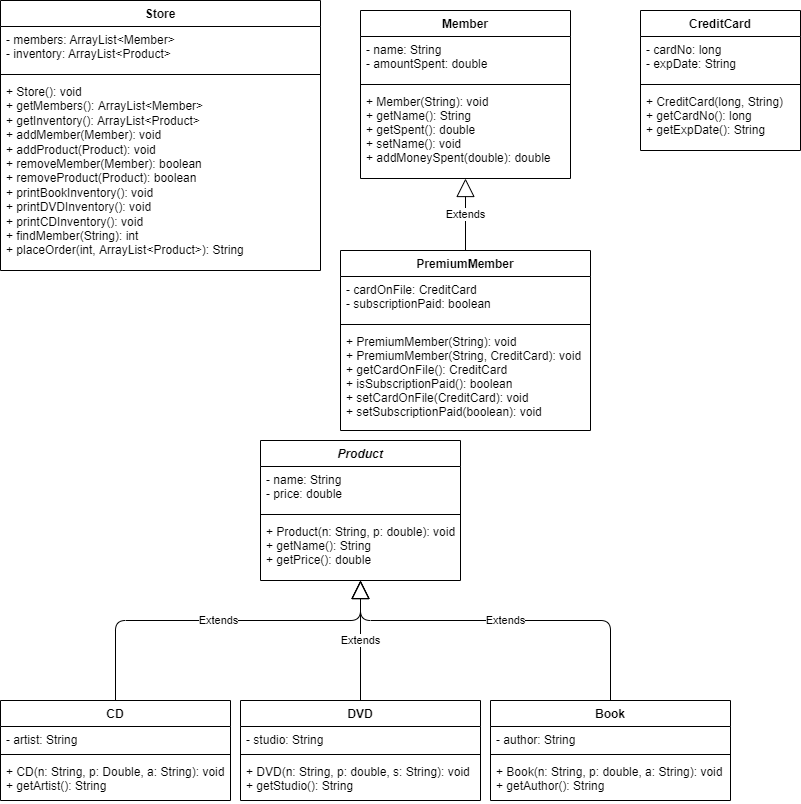
Above: uml.drawio.png in ItalianJack/ITSC-1213_Project2 (draw.io), before the change. Source tidied: cells renumbered, new cells last; positions are measured from the earlier drawing's top-left corner, leaving out a move shared by most shapes.
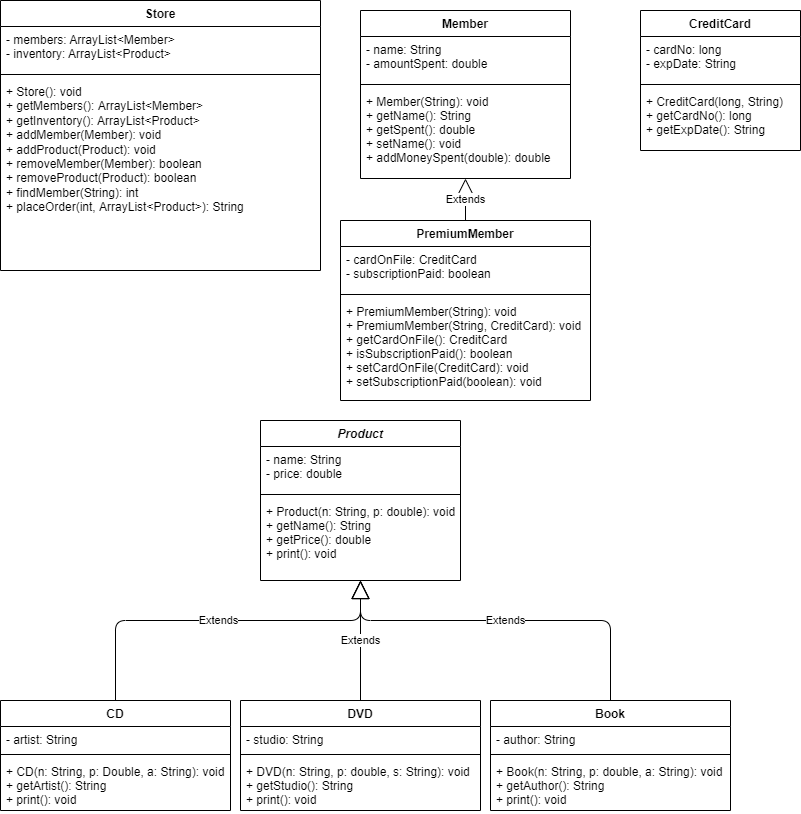
Later version of the same file.

The edit, as a diff of the source:
```diff
@@ -3,7 +3,7 @@
     <mxCell id="0" />
     <mxCell id="1" parent="0" />
     <mxCell id="2" value="Book" style="swimlane;fontStyle=1;align=center;verticalAlign=top;horizontal=1;startSize=26;" parent="1" vertex="1">
-      <mxGeometry x="490" y="700" width="240" height="100" as="geometry" />
+      <mxGeometry x="490" y="700" width="240" height="110" as="geometry" />
     </mxCell>
     <mxCell id="3" value="- author: String" style="text;strokeColor=none;fillColor=none;align=left;verticalAlign=top;spacingLeft=4;spacingRight=4;overflow=hidden;" parent="2" vertex="1">
       <mxGeometry y="26" width="240" height="24" as="geometry" />
@@ -11,11 +11,11 @@
     <mxCell id="4" style="line;strokeWidth=1;fillColor=none;align=left;verticalAlign=middle;spacingTop=-1;spacingLeft=3;spacingRight=3;labelPosition=right;strokeColor=inherit;" parent="2" vertex="1">
       <mxGeometry y="50" width="240" height="8" as="geometry" />
     </mxCell>
-    <mxCell id="5" value="+ Book(n: String, p: double, a: String): void&#10;+ getAuthor(): String" style="text;strokeColor=none;fillColor=none;align=left;verticalAlign=top;spacingLeft=4;spacingRight=4;overflow=hidden;" parent="2" vertex="1">
-      <mxGeometry y="58" width="240" height="42" as="geometry" />
+    <mxCell id="5" value="+ Book(n: String, p: double, a: String): void&#10;+ getAuthor(): String&#10;+ print(): void" style="text;strokeColor=none;fillColor=none;align=left;verticalAlign=top;spacingLeft=4;spacingRight=4;overflow=hidden;" parent="2" vertex="1">
+      <mxGeometry y="58" width="240" height="52" as="geometry" />
     </mxCell>
     <mxCell id="6" value="DVD" style="swimlane;fontStyle=1;align=center;verticalAlign=top;horizontal=1;startSize=26;" parent="1" vertex="1">
-      <mxGeometry x="240" y="700" width="240" height="100" as="geometry" />
+      <mxGeometry x="240" y="700" width="240" height="110" as="geometry" />
     </mxCell>
     <mxCell id="7" value="- studio: String" style="text;strokeColor=none;fillColor=none;align=left;verticalAlign=top;spacingLeft=4;spacingRight=4;overflow=hidden;" parent="6" vertex="1">
       <mxGeometry y="26" width="240" height="24" as="geometry" />
@@ -23,11 +23,11 @@
     <mxCell id="8" style="line;strokeWidth=1;fillColor=none;align=left;verticalAlign=middle;spacingTop=-1;spacingLeft=3;spacingRight=3;labelPosition=right;strokeColor=inherit;" parent="6" vertex="1">
       <mxGeometry y="50" width="240" height="8" as="geometry" />
     </mxCell>
-    <mxCell id="9" value="+ DVD(n: String, p: double, s: String): void&#10;+ getStudio(): String" style="text;strokeColor=none;fillColor=none;align=left;verticalAlign=top;spacingLeft=4;spacingRight=4;overflow=hidden;" parent="6" vertex="1">
-      <mxGeometry y="58" width="240" height="42" as="geometry" />
+    <mxCell id="9" value="+ DVD(n: String, p: double, s: String): void&#10;+ getStudio(): String&#10;+ print(): void" style="text;strokeColor=none;fillColor=none;align=left;verticalAlign=top;spacingLeft=4;spacingRight=4;overflow=hidden;" parent="6" vertex="1">
+      <mxGeometry y="58" width="240" height="52" as="geometry" />
     </mxCell>
     <mxCell id="10" value="CD" style="swimlane;fontStyle=1;align=center;verticalAlign=top;horizontal=1;startSize=26;" parent="1" vertex="1">
-      <mxGeometry y="700" width="230" height="100" as="geometry" />
+      <mxGeometry y="700" width="230" height="110" as="geometry" />
     </mxCell>
     <mxCell id="11" value="- artist: String" style="text;strokeColor=none;fillColor=none;align=left;verticalAlign=top;spacingLeft=4;spacingRight=4;overflow=hidden;" parent="10" vertex="1">
       <mxGeometry y="26" width="230" height="24" as="geometry" />
@@ -35,11 +35,11 @@
     <mxCell id="12" style="line;strokeWidth=1;fillColor=none;align=left;verticalAlign=middle;spacingTop=-1;spacingLeft=3;spacingRight=3;labelPosition=right;strokeColor=inherit;" parent="10" vertex="1">
       <mxGeometry y="50" width="230" height="8" as="geometry" />
     </mxCell>
-    <mxCell id="13" value="+ CD(n: String, p: Double, a: String): void&#10;+ getArtist(): String" style="text;strokeColor=none;fillColor=none;align=left;verticalAlign=top;spacingLeft=4;spacingRight=4;overflow=hidden;" parent="10" vertex="1">
-      <mxGeometry y="58" width="230" height="42" as="geometry" />
+    <mxCell id="13" value="+ CD(n: String, p: Double, a: String): void&#10;+ getArtist(): String&#10;+ print(): void" style="text;strokeColor=none;fillColor=none;align=left;verticalAlign=top;spacingLeft=4;spacingRight=4;overflow=hidden;" parent="10" vertex="1">
+      <mxGeometry y="58" width="230" height="52" as="geometry" />
     </mxCell>
     <mxCell id="14" value="PremiumMember" style="swimlane;fontStyle=1;align=center;verticalAlign=top;horizontal=1;startSize=26;" parent="1" vertex="1">
-      <mxGeometry x="340" y="250" width="250" height="180" as="geometry" />
+      <mxGeometry x="340" y="220" width="250" height="180" as="geometry" />
     </mxCell>
     <mxCell id="15" value="- cardOnFile: CreditCard&#10;- subscriptionPaid: boolean" style="text;strokeColor=none;fillColor=none;align=left;verticalAlign=top;spacingLeft=4;spacingRight=4;overflow=hidden;" parent="14" vertex="1">
       <mxGeometry y="26" width="250" height="44" as="geometry" />
@@ -71,11 +71,11 @@
     <mxCell id="24" style="line;strokeWidth=1;fillColor=none;align=left;verticalAlign=middle;spacingTop=-1;spacingLeft=3;spacingRight=3;labelPosition=right;strokeColor=inherit;" parent="22" vertex="1">
       <mxGeometry y="70" width="320" height="8" as="geometry" />
     </mxCell>
-    <mxCell id="25" value="+ Store(): void&#10;+ getMembers(): ArrayList&lt;Member&gt;&#10;+ getInventory(): ArrayList&lt;Product&gt;&#10;+ addMember(Member): void&#10;+ addProduct(Product): void&#10;+ removeMember(Member): boolean&#10;+ removeProduct(Product): boolean&#10;+ printBookInventory(): void&#10;+ printDVDInventory(): void&#10;+ printCDInventory(): void&#10;+ findMember(String): int&#10;+ placeOrder(int, ArrayList&lt;Product&gt;): String " style="text;strokeColor=none;fillColor=none;align=left;verticalAlign=top;spacingLeft=4;spacingRight=4;overflow=hidden;whiteSpace=wrap;" parent="22" vertex="1">
+    <mxCell id="25" value="+ Store(): void&#10;+ getMembers(): ArrayList&lt;Member&gt;&#10;+ getInventory(): ArrayList&lt;Product&gt;&#10;+ addMember(Member): void&#10;+ addProduct(Product): void&#10;+ removeMember(Member): boolean&#10;+ removeProduct(Product): boolean&#10;+ findMember(String): int&#10;+ placeOrder(int, ArrayList&lt;Product&gt;): String " style="text;strokeColor=none;fillColor=none;align=left;verticalAlign=top;spacingLeft=4;spacingRight=4;overflow=hidden;whiteSpace=wrap;" parent="22" vertex="1">
       <mxGeometry y="78" width="320" height="192" as="geometry" />
     </mxCell>
     <mxCell id="26" value="Product" style="swimlane;fontStyle=3;align=center;verticalAlign=top;horizontal=1;startSize=26;" parent="1" vertex="1">
-      <mxGeometry x="260" y="440" width="200" height="140" as="geometry" />
+      <mxGeometry x="260" y="420" width="200" height="160" as="geometry" />
     </mxCell>
     <mxCell id="27" value="- name: String&#10;- price: double" style="text;strokeColor=none;fillColor=none;align=left;verticalAlign=top;spacingLeft=4;spacingRight=4;overflow=hidden;" parent="26" vertex="1">
       <mxGeometry y="26" width="200" height="44" as="geometry" />
@@ -83,8 +83,8 @@
     <mxCell id="28" style="line;strokeWidth=1;fillColor=none;align=left;verticalAlign=middle;spacingTop=-1;spacingLeft=3;spacingRight=3;labelPosition=right;strokeColor=inherit;" parent="26" vertex="1">
       <mxGeometry y="70" width="200" height="8" as="geometry" />
     </mxCell>
-    <mxCell id="29" value="+ Product(n: String, p: double): void&#10;+ getName(): String&#10;+ getPrice(): double" style="text;strokeColor=none;fillColor=none;align=left;verticalAlign=top;spacingLeft=4;spacingRight=4;overflow=hidden;" parent="26" vertex="1">
-      <mxGeometry y="78" width="200" height="62" as="geometry" />
+    <mxCell id="29" value="+ Product(n: String, p: double): void&#10;+ getName(): String&#10;+ getPrice(): double&#10;+ print(): void" style="text;strokeColor=none;fillColor=none;align=left;verticalAlign=top;spacingLeft=4;spacingRight=4;overflow=hidden;fontStyle=0;" parent="26" vertex="1">
+      <mxGeometry y="78" width="200" height="82" as="geometry" />
     </mxCell>
     <mxCell id="30" value="Extends" style="endArrow=block;endSize=16;endFill=0;html=1;exitX=0.5;exitY=0;exitDx=0;exitDy=0;" parent="1" edge="1" source="10">
       <mxGeometry relative="1" as="geometry">
```
